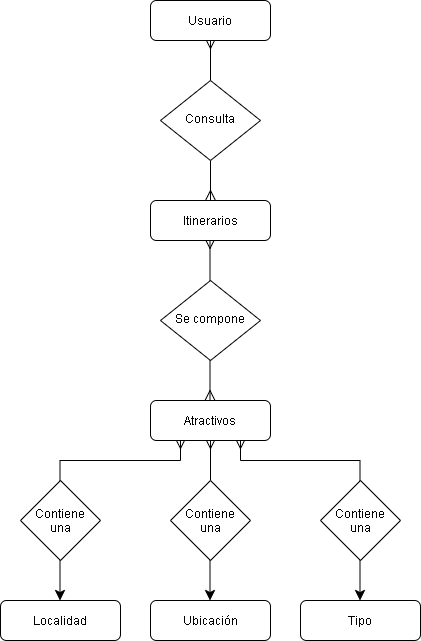
The draw.io diagram DER.png in FullStackCatamarca/proyectofs_gral-proyectofs_gral, before a commit. Source tidied: cells renumbered, new cells last; positions are measured from the earlier drawing's top-left corner, leaving out a move shared by most shapes. The source it was exported from:
```xml
<mxGraphModel>
  <root>
    <mxCell id="0" />
    <mxCell id="1" parent="0" />
    <mxCell id="2" style="html=1;jettySize=auto;fontSize=11;endArrow=none;endFill=0;endSize=8;strokeWidth=1;shadow=0;labelBackgroundColor=none;edgeStyle=orthogonalEdgeStyle;rounded=0;startArrow=ERmany;startFill=0;" parent="1" edge="1" source="3" target="5">
      <mxGeometry relative="1" as="geometry" />
    </mxCell>
    <mxCell id="3" value="Usuario" style="rounded=1;whiteSpace=wrap;html=1;fontSize=12;glass=0;strokeWidth=1;shadow=0;" parent="1" vertex="1">
      <mxGeometry x="150" width="120" height="40" as="geometry" />
    </mxCell>
    <mxCell id="4" style="edgeStyle=orthogonalEdgeStyle;rounded=0;html=1;jettySize=auto;fontSize=11;endArrow=ERmany;endFill=0;endSize=8;strokeWidth=1;shadow=0;labelBackgroundColor=none;" parent="1" edge="1" source="5" target="6">
      <mxGeometry y="10" relative="1" as="geometry" />
    </mxCell>
    <mxCell id="5" value="Consulta" style="rhombus;whiteSpace=wrap;html=1;shadow=0;fontFamily=Helvetica;fontSize=12;align=center;strokeWidth=1;spacing=6;spacingTop=-4;" parent="1" vertex="1">
      <mxGeometry x="160" y="80" width="100" height="80" as="geometry" />
    </mxCell>
    <mxCell id="6" value="Itinerarios" style="rounded=1;whiteSpace=wrap;html=1;fontSize=12;glass=0;strokeWidth=1;shadow=0;" parent="1" vertex="1">
      <mxGeometry x="150" y="200" width="120" height="40" as="geometry" />
    </mxCell>
    <mxCell id="7" value="Se compone" style="rhombus;whiteSpace=wrap;html=1;shadow=0;fontFamily=Helvetica;fontSize=12;align=center;strokeWidth=1;spacing=6;spacingTop=-4;" parent="1" vertex="1">
      <mxGeometry x="160" y="280" width="100" height="80" as="geometry" />
    </mxCell>
    <mxCell id="8" value="Atractivos" style="rounded=1;whiteSpace=wrap;html=1;fontSize=12;glass=0;strokeWidth=1;shadow=0;" parent="1" vertex="1">
      <mxGeometry x="150" y="400" width="120" height="40" as="geometry" />
    </mxCell>
    <mxCell id="9" value="Ubicación" style="rounded=1;whiteSpace=wrap;html=1;fontSize=12;glass=0;strokeWidth=1;shadow=0;" parent="1" vertex="1">
      <mxGeometry x="150" y="600" width="120" height="40" as="geometry" />
    </mxCell>
    <mxCell id="10" style="edgeStyle=orthogonalEdgeStyle;rounded=0;jettySize=auto;html=1;endArrow=ERmany;endFill=0;" parent="1" edge="1" source="11" target="8">
      <mxGeometry relative="1" as="geometry" />
    </mxCell>
    <mxCell id="11" value="Contiene&lt;br&gt;una" style="rhombus;whiteSpace=wrap;html=1;" parent="1" vertex="1">
      <mxGeometry x="170" y="480" width="80" height="80" as="geometry" />
    </mxCell>
    <mxCell id="12" style="html=1;jettySize=auto;orthogonalLoop=1;fontSize=11;endArrow=none;endFill=0;endSize=8;strokeWidth=1;shadow=0;labelBackgroundColor=none;edgeStyle=orthogonalEdgeStyle;rounded=0;startArrow=ERmany;startFill=0;" parent="1" edge="1">
      <mxGeometry relative="1" as="geometry">
        <mxPoint x="209.5" y="240" as="sourcePoint" />
        <mxPoint x="209.5" y="280" as="targetPoint" />
      </mxGeometry>
    </mxCell>
    <mxCell id="13" style="edgeStyle=orthogonalEdgeStyle;rounded=0;html=1;jettySize=auto;orthogonalLoop=1;fontSize=11;endArrow=ERmany;endFill=0;endSize=8;strokeWidth=1;shadow=0;labelBackgroundColor=none;" parent="1" edge="1">
      <mxGeometry y="10" relative="1" as="geometry">
        <mxPoint x="209.5" y="360" as="sourcePoint" />
        <mxPoint x="209.5" y="400" as="targetPoint" />
      </mxGeometry>
    </mxCell>
    <mxCell id="14" style="edgeStyle=orthogonalEdgeStyle;rounded=0;html=1;jettySize=auto;orthogonalLoop=1;fontSize=11;endArrow=classic;endFill=1;endSize=8;strokeWidth=1;shadow=0;labelBackgroundColor=none;" parent="1" edge="1">
      <mxGeometry y="10" relative="1" as="geometry">
        <mxPoint x="209.5" y="560" as="sourcePoint" />
        <mxPoint x="209.5" y="600" as="targetPoint" />
      </mxGeometry>
    </mxCell>
    <mxCell id="15" value="Localidad" style="rounded=1;whiteSpace=wrap;html=1;fontSize=12;glass=0;strokeWidth=1;shadow=0;" parent="1" vertex="1">
      <mxGeometry y="600" width="120" height="40" as="geometry" />
    </mxCell>
    <mxCell id="16" value="Contiene&lt;br&gt;una" style="rhombus;whiteSpace=wrap;html=1;" parent="1" vertex="1">
      <mxGeometry x="20" y="480" width="80" height="80" as="geometry" />
    </mxCell>
    <mxCell id="17" style="html=1;jettySize=auto;fontSize=11;endArrow=none;endFill=0;endSize=8;strokeWidth=1;shadow=0;labelBackgroundColor=none;edgeStyle=orthogonalEdgeStyle;rounded=0;startArrow=ERmany;startFill=0;exitX=0.25;exitY=1;exitDx=0;exitDy=0;" parent="1" edge="1" source="8">
      <mxGeometry relative="1" as="geometry">
        <mxPoint x="59.5" y="480" as="targetPoint" />
      </mxGeometry>
    </mxCell>
    <mxCell id="18" style="edgeStyle=orthogonalEdgeStyle;rounded=0;html=1;jettySize=auto;orthogonalLoop=1;fontSize=11;endArrow=classic;endFill=1;endSize=8;strokeWidth=1;shadow=0;labelBackgroundColor=none;" parent="1" edge="1">
      <mxGeometry y="10" relative="1" as="geometry">
        <mxPoint x="59.5" y="560" as="sourcePoint" />
        <mxPoint x="59.5" y="600" as="targetPoint" />
      </mxGeometry>
    </mxCell>
    <mxCell id="19" value="Tipo" style="rounded=1;whiteSpace=wrap;html=1;fontSize=12;glass=0;strokeWidth=1;shadow=0;" parent="1" vertex="1">
      <mxGeometry x="300" y="600" width="120" height="40" as="geometry" />
    </mxCell>
    <mxCell id="20" value="Contiene&lt;br&gt;una" style="rhombus;whiteSpace=wrap;html=1;" parent="1" vertex="1">
      <mxGeometry x="320" y="480" width="80" height="80" as="geometry" />
    </mxCell>
    <mxCell id="21" style="html=1;jettySize=auto;fontSize=11;endArrow=none;endFill=0;endSize=8;strokeWidth=1;shadow=0;labelBackgroundColor=none;edgeStyle=orthogonalEdgeStyle;rounded=0;startArrow=ERmany;startFill=0;exitX=0.75;exitY=1;exitDx=0;exitDy=0;" parent="1" edge="1" source="8">
      <mxGeometry relative="1" as="geometry">
        <mxPoint x="359.5" y="480" as="targetPoint" />
      </mxGeometry>
    </mxCell>
    <mxCell id="22" style="edgeStyle=orthogonalEdgeStyle;rounded=0;html=1;jettySize=auto;orthogonalLoop=1;fontSize=11;endArrow=classic;endFill=1;endSize=8;strokeWidth=1;shadow=0;labelBackgroundColor=none;" parent="1" edge="1">
      <mxGeometry y="10" relative="1" as="geometry">
        <mxPoint x="359.5" y="560" as="sourcePoint" />
        <mxPoint x="359.5" y="600" as="targetPoint" />
      </mxGeometry>
    </mxCell>
  </root>
</mxGraphModel>
```
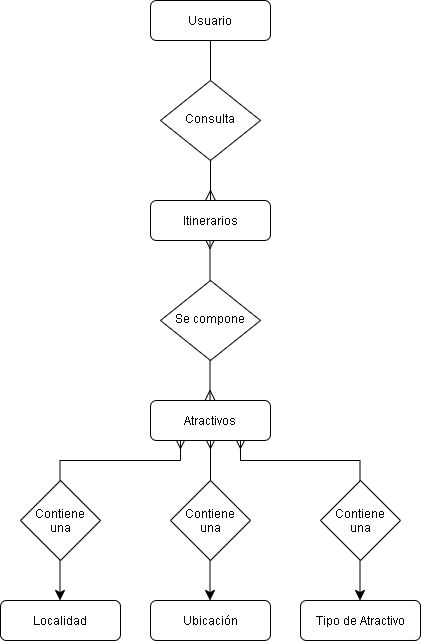
Above is the later version.

The edit, as a diff of the source:
```diff
@@ -2,7 +2,7 @@
   <root>
     <mxCell id="0" />
     <mxCell id="1" parent="0" />
-    <mxCell id="2" style="html=1;jettySize=auto;fontSize=11;endArrow=none;endFill=0;endSize=8;strokeWidth=1;shadow=0;labelBackgroundColor=none;edgeStyle=orthogonalEdgeStyle;rounded=0;startArrow=ERmany;startFill=0;" parent="1" edge="1" source="3" target="5">
+    <mxCell id="2" style="html=1;jettySize=auto;fontSize=11;endArrow=none;endFill=0;endSize=8;strokeWidth=1;shadow=0;labelBackgroundColor=none;edgeStyle=orthogonalEdgeStyle;rounded=0;startArrow=none;startFill=0;" parent="1" edge="1" source="3" target="5">
       <mxGeometry relative="1" as="geometry" />
     </mxCell>
     <mxCell id="3" value="Usuario" style="rounded=1;whiteSpace=wrap;html=1;fontSize=12;glass=0;strokeWidth=1;shadow=0;" parent="1" vertex="1">
@@ -67,7 +67,7 @@
         <mxPoint x="59.5" y="600" as="targetPoint" />
       </mxGeometry>
     </mxCell>
-    <mxCell id="19" value="Tipo" style="rounded=1;whiteSpace=wrap;html=1;fontSize=12;glass=0;strokeWidth=1;shadow=0;" parent="1" vertex="1">
+    <mxCell id="19" value="Tipo de Atractivo" style="rounded=1;whiteSpace=wrap;html=1;fontSize=12;glass=0;strokeWidth=1;shadow=0;" parent="1" vertex="1">
       <mxGeometry x="300" y="600" width="120" height="40" as="geometry" />
     </mxCell>
     <mxCell id="20" value="Contiene&lt;br&gt;una" style="rhombus;whiteSpace=wrap;html=1;" parent="1" vertex="1">
```
